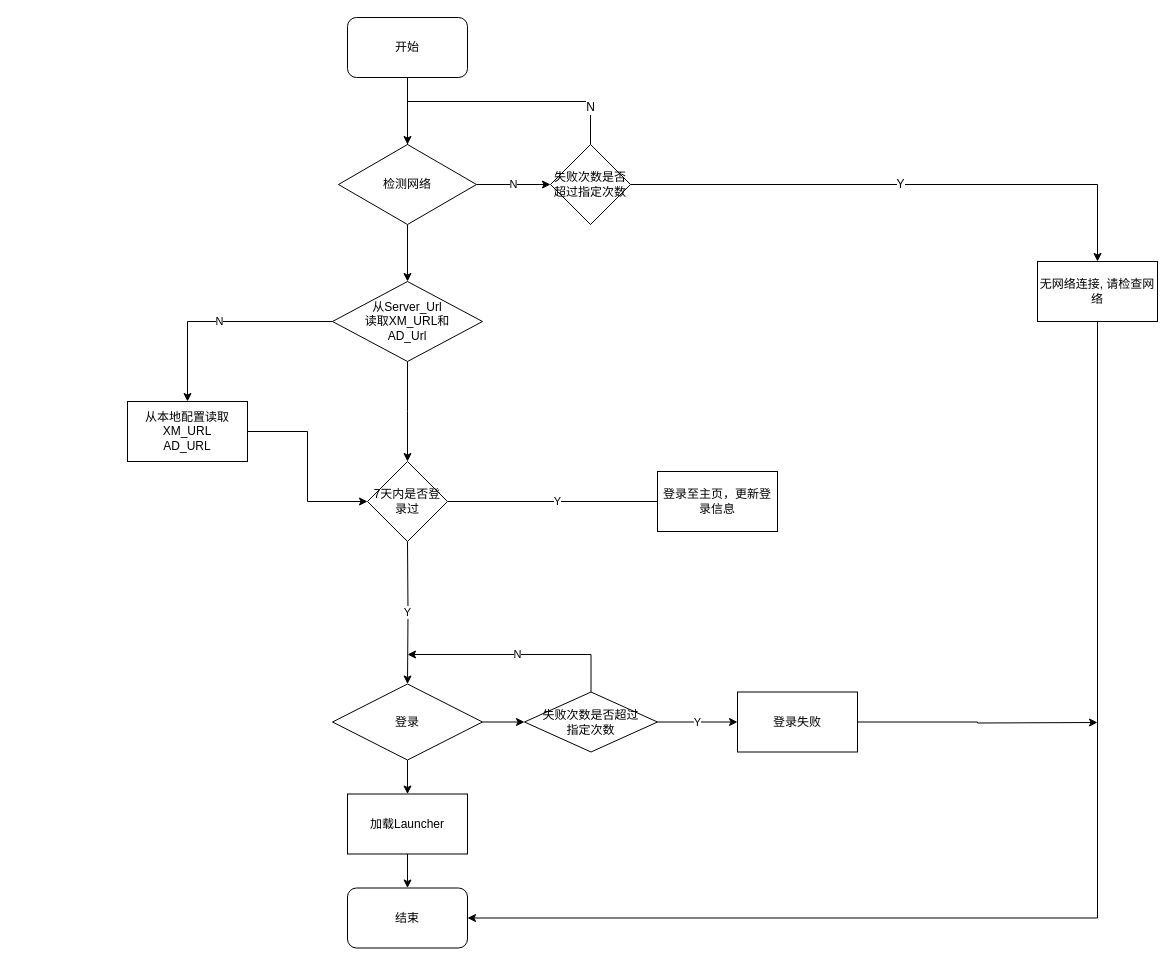
Before: XMediaTv_New_Login.drawio in honghonglhh2018/ThinkingFlowChart, a draw.io diagram. Source tidied: cells renumbered, new cells numbered last; positions are measured from the earlier drawing's top-left corner, leaving out a move shared by most shapes. Both pictures are drawn from the tidied source at 100%, with x=0, y=0 at pixel (127, 17).
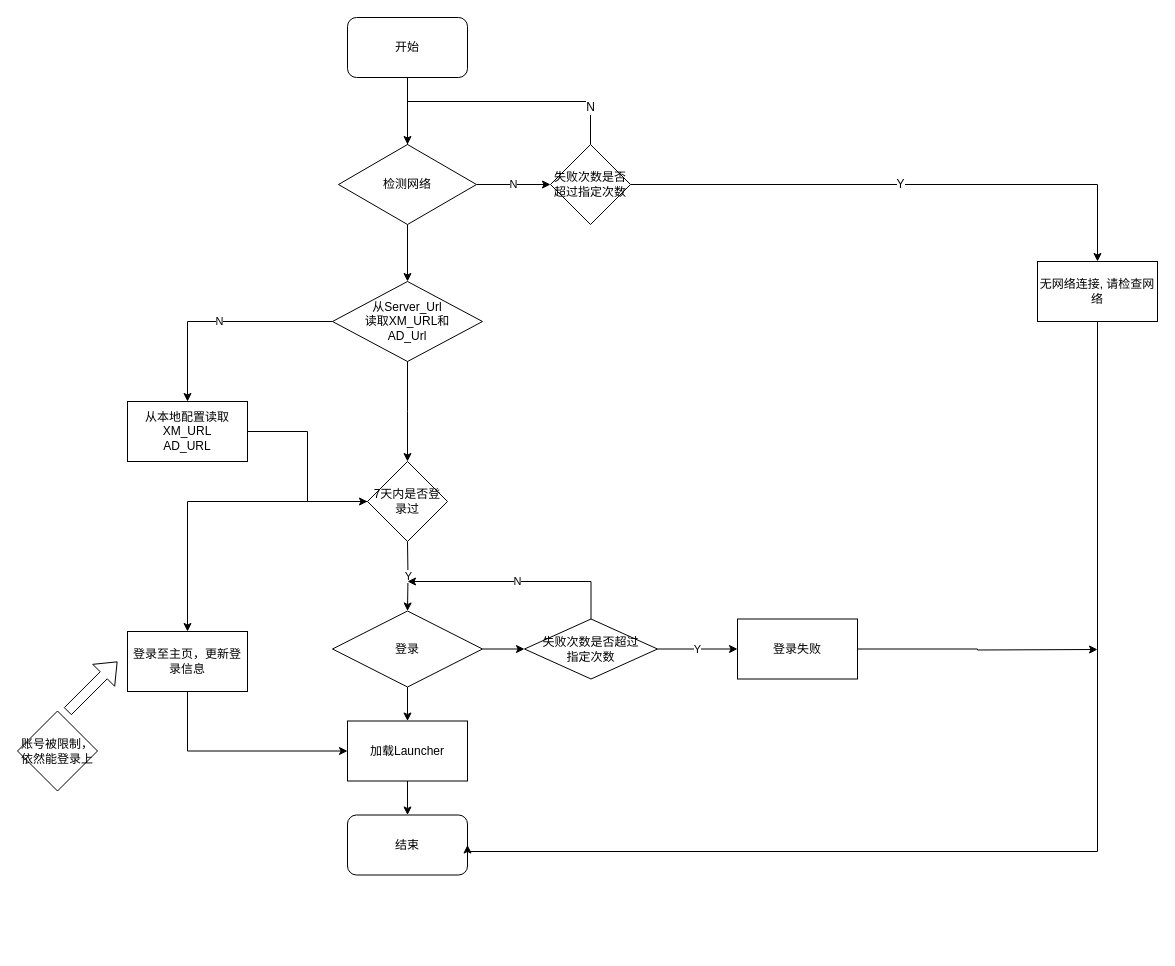
Above is the later version.

The change refers to these unchanged cells:
```xml
<mxCell id="28" value="无网络连接, 请检查网络" style="rounded=0;whiteSpace=wrap;html=1;" parent="1" vertex="1">
  <mxGeometry x="910" y="244" width="120" height="60" as="geometry" />
</mxCell>
<mxCell id="32" value="7天内是否登录过" style="rhombus;whiteSpace=wrap;html=1;" parent="1" vertex="1">
  <mxGeometry x="240" y="444" width="80" height="80" as="geometry" />
</mxCell>
```

Change to the diagram source:
```diff
@@
     <mxCell id="16" style="edgeStyle=orthogonalEdgeStyle;rounded=0;jettySize=auto;html=1;" parent="1" edge="1" source="17">
       <mxGeometry relative="1" as="geometry">
-        <mxPoint x="280" y="776.5" as="targetPoint" />
+        <mxPoint x="280" y="703.5" as="targetPoint" />
       </mxGeometry>
     </mxCell>
     <mxCell id="17" value="登录" style="rhombus;whiteSpace=wrap;html=1;" parent="1" vertex="1">
-      <mxGeometry x="205" y="666.5" width="150" height="76" as="geometry" />
+      <mxGeometry x="205" y="593.5" width="150" height="76" as="geometry" />
     </mxCell>
     <mxCell id="18" value="N" style="edgeStyle=orthogonalEdgeStyle;rounded=0;jettySize=auto;html=1;" parent="1" edge="1" source="20">
       <mxGeometry relative="1" as="geometry">
-        <mxPoint x="280" y="637" as="targetPoint" />
+        <mxPoint x="280" y="564" as="targetPoint" />
         <Array as="points">
-          <mxPoint x="463" y="636.5" />
+          <mxPoint x="463" y="563.5" />
         </Array>
       </mxGeometry>
     </mxCell>
@@
     <mxCell id="20" value="失败次数是否超过&lt;br&gt;指定次数" style="rhombus;whiteSpace=wrap;html=1;" parent="1" vertex="1">
-      <mxGeometry x="397" y="674.5" width="133" height="60" as="geometry" />
+      <mxGeometry x="397" y="601.5" width="133" height="60" as="geometry" />
     </mxCell>
@@
     <mxCell id="23" style="edgeStyle=orthogonalEdgeStyle;rounded=0;jettySize=auto;html=1;" parent="1" edge="1" source="24">
       <mxGeometry relative="1" as="geometry">
-        <mxPoint x="280" y="870.5" as="targetPoint" />
+        <mxPoint x="280" y="797.5" as="targetPoint" />
       </mxGeometry>
     </mxCell>
     <mxCell id="24" value="&lt;span style=&quot;white-space: normal&quot;&gt;加载Launcher&lt;/span&gt;" style="rounded=0;whiteSpace=wrap;html=1;" parent="1" vertex="1">
-      <mxGeometry x="220" y="776.5" width="120" height="60" as="geometry" />
+      <mxGeometry x="220" y="703.5" width="120" height="60" as="geometry" />
     </mxCell>
     <mxCell id="25" value="结束" style="rounded=1;whiteSpace=wrap;html=1;" parent="1" vertex="1">
-      <mxGeometry x="220" y="870.5" width="120" height="60" as="geometry" />
+      <mxGeometry x="220" y="797.5" width="120" height="60" as="geometry" />
     </mxCell>
@@
     <mxCell id="27" style="edgeStyle=orthogonalEdgeStyle;rounded=0;jettySize=auto;html=1;entryX=1;entryY=0.5;entryDx=0;entryDy=0;" parent="1" edge="1" source="28" target="25">
       <mxGeometry relative="1" as="geometry">
         <Array as="points">
-          <mxPoint x="970" y="901" />
+          <mxPoint x="970" y="834" />
+          <mxPoint x="340" y="834" />
         </Array>
       </mxGeometry>
     </mxCell>
@@
     <mxCell id="29" style="edgeStyle=orthogonalEdgeStyle;rounded=0;jettySize=auto;html=1;exitX=1;exitY=0.5;exitDx=0;exitDy=0;" parent="1" edge="1" source="30">
       <mxGeometry relative="1" as="geometry">
-        <mxPoint x="970" y="705" as="targetPoint" />
+        <mxPoint x="970" y="632" as="targetPoint" />
       </mxGeometry>
     </mxCell>
     <mxCell id="30" value="登录失败" style="rounded=0;whiteSpace=wrap;html=1;" parent="1" vertex="1">
-      <mxGeometry x="610" y="674.5" width="120" height="60" as="geometry" />
+      <mxGeometry x="610" y="601.5" width="120" height="60" as="geometry" />
     </mxCell>
-    <mxCell id="31" value="Y" style="edgeStyle=orthogonalEdgeStyle;rounded=0;jettySize=auto;html=1;exitX=1;exitY=0.5;exitDx=0;exitDy=0;" parent="1" edge="1" source="32">
-      <mxGeometry relative="1" as="geometry">
-        <mxPoint x="540" y="484" as="targetPoint" />
-      </mxGeometry>
-    </mxCell>
+    <mxCell id="34" style="edgeStyle=orthogonalEdgeStyle;rounded=0;jettySize=auto;html=1;entryX=0.5;entryY=0;entryDx=0;entryDy=0;" parent="1" edge="1" source="32" target="33">
+      <mxGeometry relative="1" as="geometry" />
+    </mxCell>
@@
+    <mxCell id="35" style="edgeStyle=orthogonalEdgeStyle;rounded=0;jettySize=auto;html=1;entryX=0;entryY=0.5;entryDx=0;entryDy=0;" parent="1" edge="1" source="33" target="24">
+      <mxGeometry relative="1" as="geometry">
+        <Array as="points">
+          <mxPoint x="60" y="734" />
+        </Array>
+      </mxGeometry>
+    </mxCell>
     <mxCell id="33" value="登录至主页，更新登录信息" style="rounded=0;whiteSpace=wrap;html=1;" parent="1" vertex="1">
-      <mxGeometry x="530" y="454" width="120" height="60" as="geometry" />
+      <mxGeometry y="614" width="120" height="60" as="geometry" />
     </mxCell>
+    <mxCell id="36" value="账号被限制，依然能登录上" style="rhombus;whiteSpace=wrap;html=1;" parent="1" vertex="1">
+      <mxGeometry x="-110" y="693.5" width="80" height="80" as="geometry" />
+    </mxCell>
+    <mxCell id="37" style="shape=flexArrow;endArrow=classic;html=1;" parent="1" edge="1">
+      <mxGeometry relative="1" as="geometry">
+        <mxPoint x="-60" y="694" as="sourcePoint" />
+        <mxPoint x="-10" y="644" as="targetPoint" />
+      </mxGeometry>
+    </mxCell>
```
